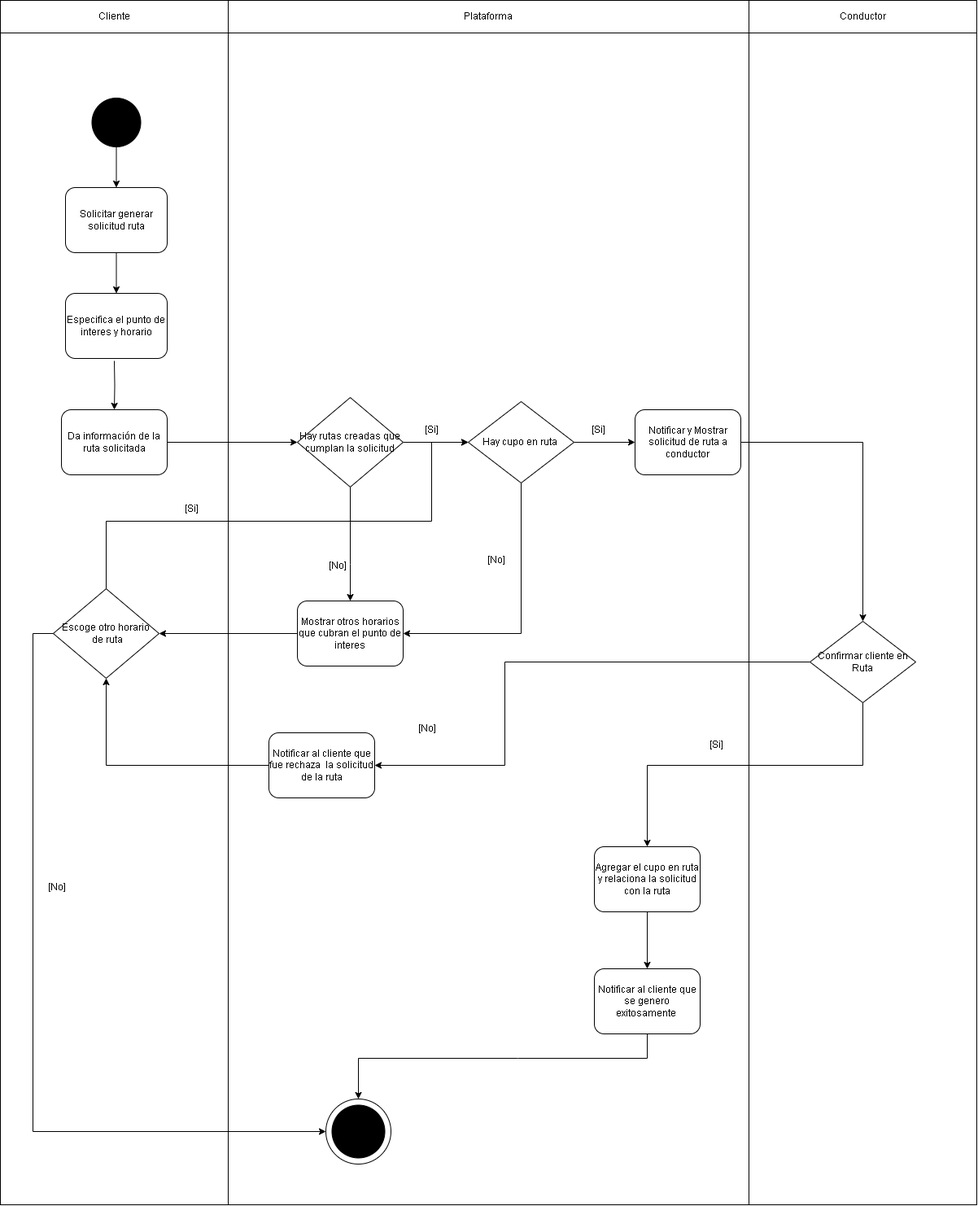
federico1605/Software2 keeps this draw.io diagram as Imagenes/Diseño detallado/Diagrama-de-actividades.png. Above is the earlier version. Source tidied: cells renumbered, new cells last; positions are measured from the earlier drawing's top-left corner, leaving out a move shared by most shapes.
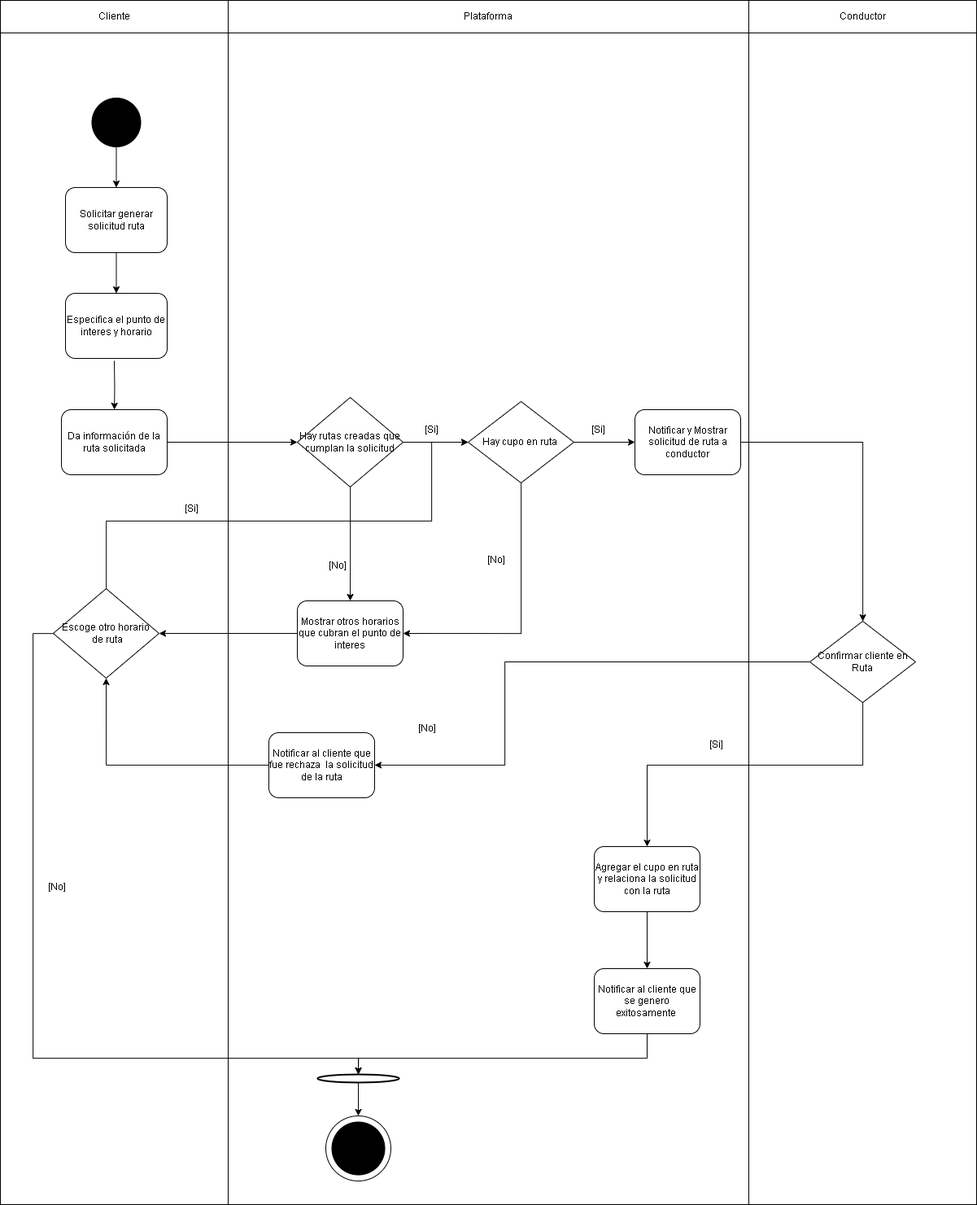
Above is the later version.

The edit, as a diff of the source:
```diff
@@ -79,11 +79,12 @@
         </Array>
       </mxGeometry>
     </mxCell>
-    <mxCell id="22" style="edgeStyle=orthogonalEdgeStyle;rounded=0;jettySize=auto;html=1;" parent="1" edge="1" source="23" target="43">
+    <mxCell id="22" style="edgeStyle=orthogonalEdgeStyle;rounded=0;jettySize=auto;html=1;endArrow=classic;endFill=1;entryX=0.5;entryY=0;entryDx=0;entryDy=0;entryPerimeter=0;" parent="1" edge="1" source="23" target="49">
       <mxGeometry relative="1" as="geometry">
         <Array as="points">
           <mxPoint x="40" y="778" />
-          <mxPoint x="40" y="1390" />
+          <mxPoint x="40" y="1300" />
+          <mxPoint x="440" y="1300" />
         </Array>
       </mxGeometry>
     </mxCell>
@@ -139,11 +140,11 @@
     <mxCell id="36" value="Agregar el cupo en ruta y relaciona la solicitud con la ruta" style="rounded=1;whiteSpace=wrap;html=1;" parent="1" vertex="1">
       <mxGeometry x="730" y="1040" width="130" height="80" as="geometry" />
     </mxCell>
-    <mxCell id="37" style="edgeStyle=orthogonalEdgeStyle;rounded=0;jettySize=auto;html=1;entryX=0.5;entryY=0;entryDx=0;entryDy=0;" parent="1" edge="1" source="38" target="43">
+    <mxCell id="37" style="edgeStyle=orthogonalEdgeStyle;rounded=0;jettySize=auto;html=1;endArrow=classic;endFill=1;entryX=0.5;entryY=0;entryDx=0;entryDy=0;entryPerimeter=0;" parent="1" edge="1" source="38" target="49">
       <mxGeometry relative="1" as="geometry">
         <Array as="points">
-          <mxPoint x="636" y="1300" />
-          <mxPoint x="510" y="1300" />
+          <mxPoint x="795" y="1300" />
+          <mxPoint x="440" y="1300" />
         </Array>
       </mxGeometry>
     </mxCell>
@@ -163,13 +164,13 @@
       <mxGeometry x="330" y="900" width="130" height="80" as="geometry" />
     </mxCell>
     <mxCell id="43" style="ellipse;whiteSpace=wrap;html=1;" parent="1" vertex="1">
-      <mxGeometry x="400" y="1350" width="80" height="80" as="geometry" />
+      <mxGeometry x="400" y="1371" width="80" height="80" as="geometry" />
     </mxCell>
     <mxCell id="44" value="[No]" style="text;html=1;strokeColor=none;fillColor=none;align=center;verticalAlign=middle;whiteSpace=wrap;rounded=0;" parent="1" vertex="1">
       <mxGeometry x="40" y="1075" width="60" height="30" as="geometry" />
     </mxCell>
     <mxCell id="45" style="ellipse;whiteSpace=wrap;html=1;fillColor=#000000;" parent="1" vertex="1">
-      <mxGeometry x="407.5" y="1357.5" width="65" height="65" as="geometry" />
+      <mxGeometry x="407.5" y="1378.5" width="65" height="65" as="geometry" />
     </mxCell>
     <mxCell id="46" style="edgeStyle=orthogonalEdgeStyle;rounded=0;jettySize=auto;html=1;" parent="1" edge="1" source="47" target="33">
       <mxGeometry relative="1" as="geometry" />
@@ -177,5 +178,11 @@
     <mxCell id="47" value="Notificar y Mostrar solicitud de ruta a conductor" style="rounded=1;whiteSpace=wrap;html=1;" parent="1" vertex="1">
       <mxGeometry x="780" y="503" width="130" height="80" as="geometry" />
     </mxCell>
+    <mxCell id="48" style="edgeStyle=orthogonalEdgeStyle;rounded=0;jettySize=auto;html=1;entryX=0.5;entryY=0;entryDx=0;entryDy=0;endArrow=classic;endFill=1;" parent="1" edge="1" source="49" target="43">
+      <mxGeometry relative="1" as="geometry" />
+    </mxCell>
+    <mxCell id="49" style="strokeWidth=2;html=1;shape=mxgraph.flowchart.start_1;whiteSpace=wrap;" parent="1" vertex="1">
+      <mxGeometry x="390" y="1320" width="100" height="10" as="geometry" />
+    </mxCell>
   </root>
 </mxGraphModel>
```
